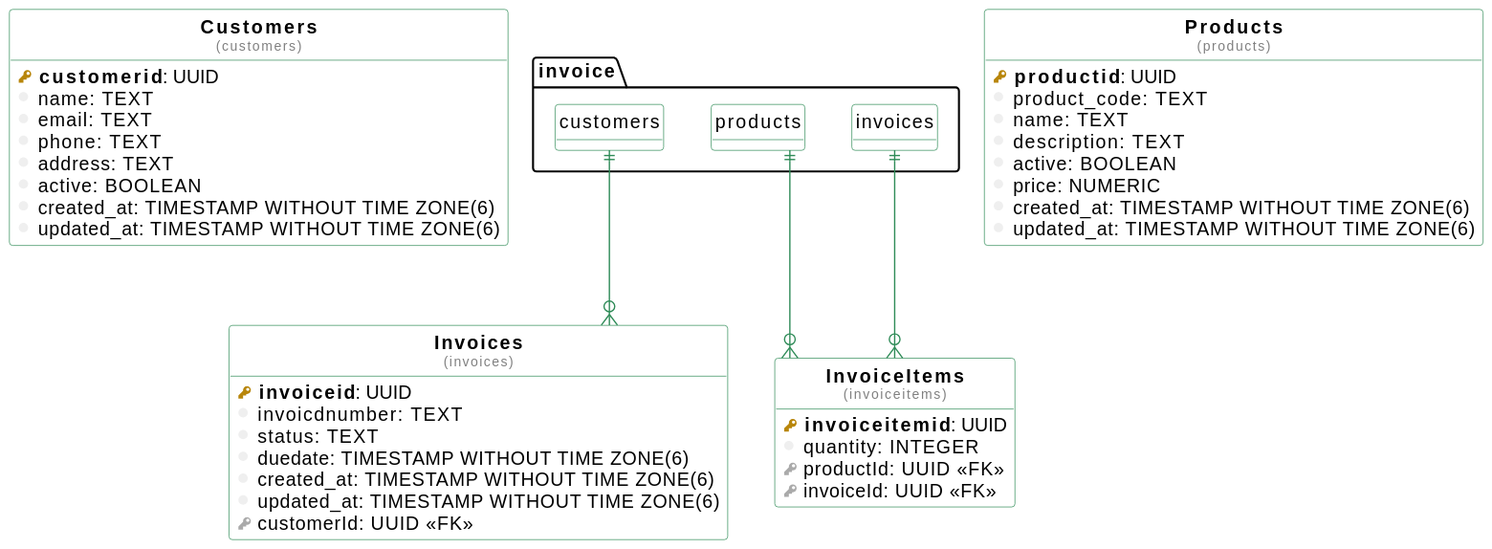
This is db-diagram.svg from gopikiller/invoice-manager, a PlantUML export, as it was before one commit.
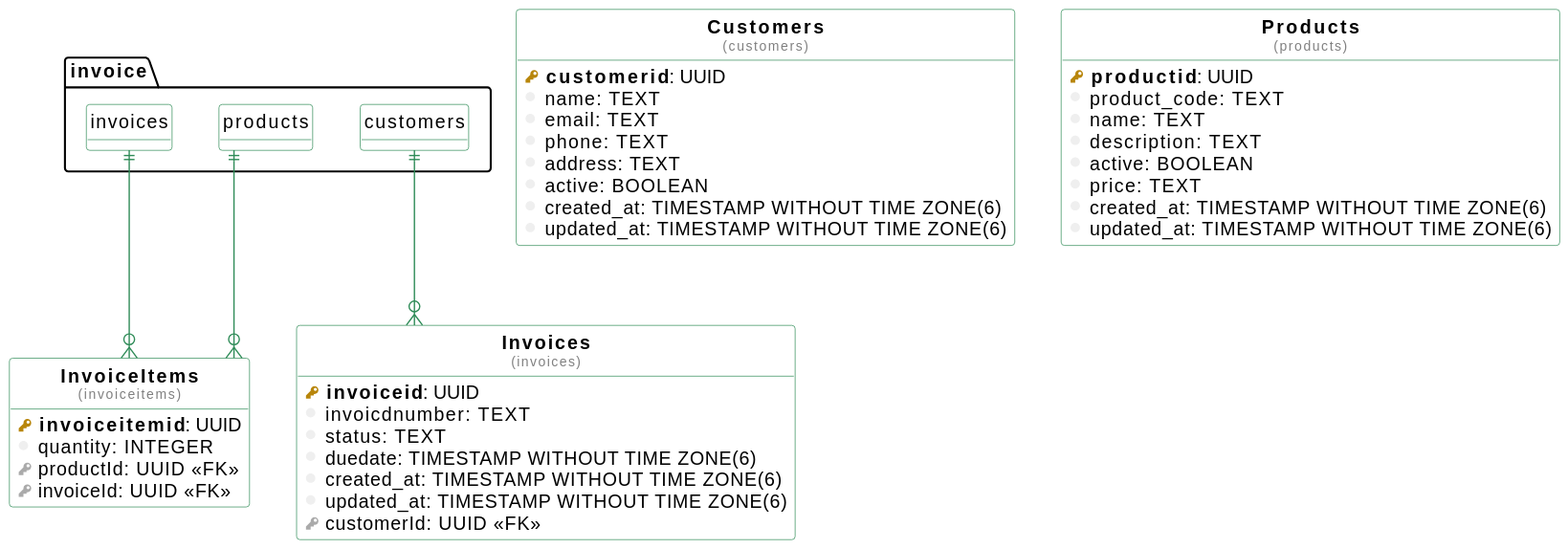
Later version of the same file.

Commit message:
product API

The edit, as a diff of the source:
```diff
@@ -23,6 +23,13 @@
 }
 
 
+table( InvoiceItems, invoiceitems ) as invoiceitems {
+  pkey( invoiceitemid ): UUID
+  column( quantity ): INTEGER
+  fkey( productId ): UUID <<FK>>
+  fkey( invoiceId ): UUID <<FK>>
+}
+
 table( Customers, customers ) as customers {
   pkey( customerid ): UUID
   column( name ): TEXT
@@ -30,6 +37,17 @@
   column( phone ): TEXT
   column( address ): TEXT
   column( active ): BOOLEAN
+  column( created_at ): TIMESTAMP WITHOUT TIME ZONE(6)
+  column( updated_at ): TIMESTAMP WITHOUT TIME ZONE(6)
+}
+
+table( Products, products ) as products {
+  pkey( productid ): UUID
+  column( product_code ): TEXT
+  column( name ): TEXT
+  column( description ): TEXT
+  column( active ): BOOLEAN
+  column( price ): TEXT
   column( created_at ): TIMESTAMP WITHOUT TIME ZONE(6)
   column( updated_at ): TIMESTAMP WITHOUT TIME ZONE(6)
 }
@@ -44,25 +62,7 @@
   fkey( customerId ): UUID <<FK>>
 }
 
-table( Products, products ) as products {
-  pkey( productid ): UUID
-  column( product_code ): TEXT
-  column( name ): TEXT
-  column( description ): TEXT
-  column( active ): BOOLEAN
-  column( price ): NUMERIC
-  column( created_at ): TIMESTAMP WITHOUT TIME ZONE(6)
-  column( updated_at ): TIMESTAMP WITHOUT TIME ZONE(6)
-}
-
-table( InvoiceItems, invoiceitems ) as invoiceitems {
-  pkey( invoiceitemid ): UUID
-  column( quantity ): INTEGER
-  fkey( productId ): UUID <<FK>>
-  fkey( invoiceId ): UUID <<FK>>
-}
-
-"invoice.customers" ||--o{ "invoices"
 "invoice.products" ||--o{ "invoiceitems"
 "invoice.invoices" ||--o{ "invoiceitems"
+"invoice.customers" ||--o{ "invoices"
 @enduml
```
